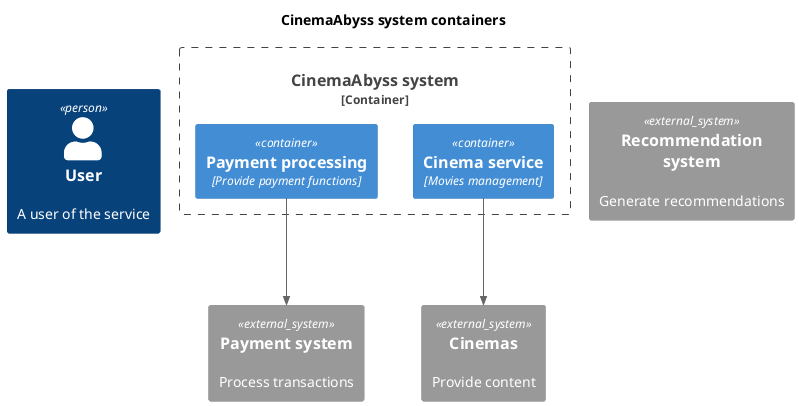
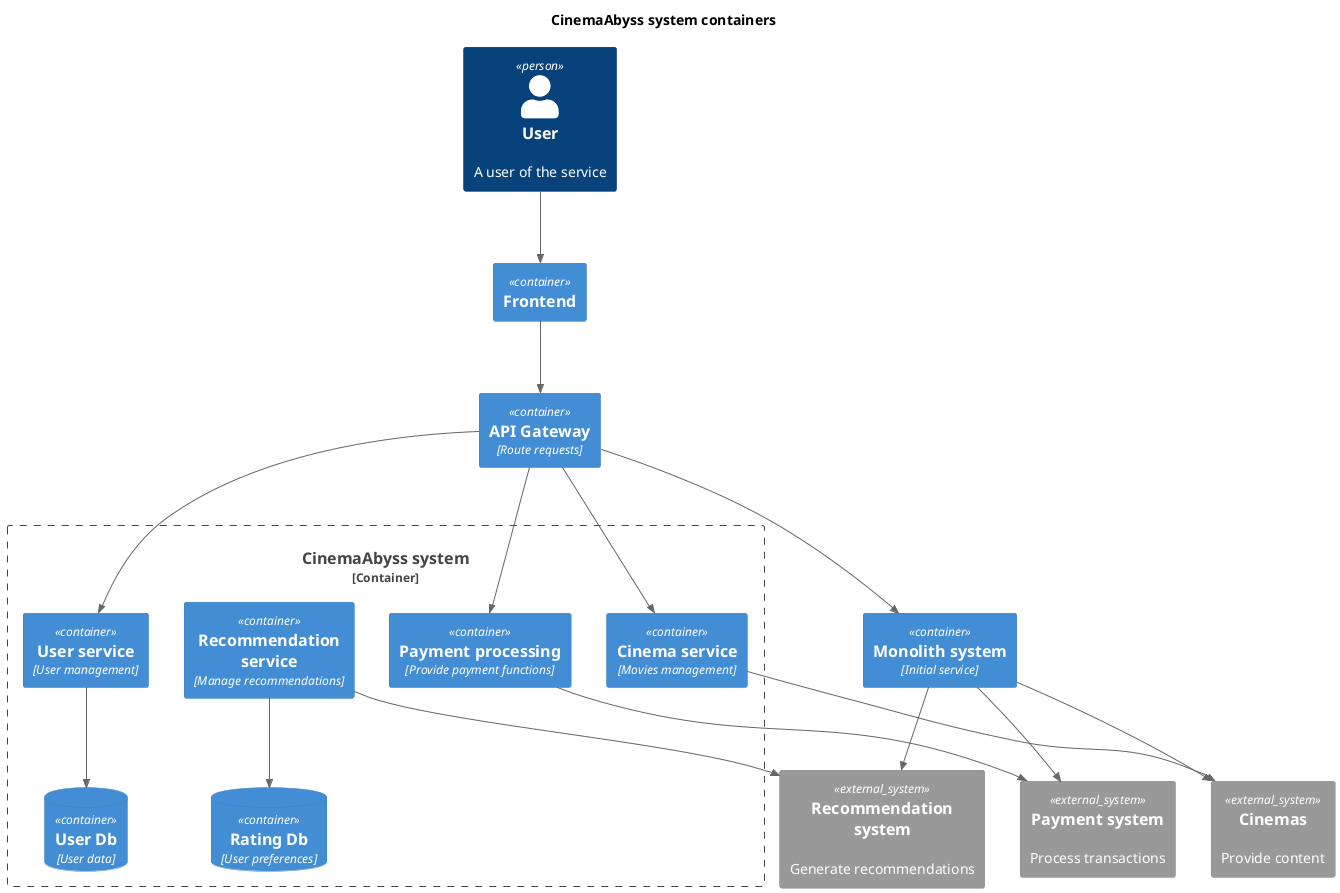
@startuml CinemaAbyss_container

title CinemaAbyss system containers

'!includeurl https://raw.githubusercontent.com/RicardoNiepel/C4-PlantUML/master/C4_Component.puml
!include <C4/C4_Component.puml>

' Users
- Person(user, "User", "A user of the service")
+ Person(User, "User", "A user of the service")
+ 
+ Container(Frontend, "Frontend", "")
+ 
+ Container(ApiGateway, "API Gateway", "Route requests")

' CinemaAbyss system
Container_Boundary(CinAbSystem, "CinemaAbyss system") {
    Container(PaymentService, "Payment processing", "Provide payment functions")
    Container(CinemaService, "Cinema service", "Movies management")
+     Container(RecommendationSystem, "Recommendation service", "Manage recommendations")
+     ContainerDb(RatingDb, "Rating Db", "User preferences")
+     Container(UserService, "User service", "User management")
+     ContainerDb(UserDb, "User Db", "User data")
+ }

- 
- 
- }
+ ' Initial system
+ Container(Monolith, "Monolith system", "Initial service")

' External systems
System_Ext(PaymentSystem, "Payment system", "Process transactions")
- System_Ext(RecommendationSystem, "Recommendation system", "Generate recommendations")
+ System_Ext(Recommendations, "Recommendation system", "Generate recommendations")
System_Ext(Cinemas, "Cinemas", "Provide content")
'System_Ext(FileService, "S3", "Store files")
+ 
+ Rel(User, Frontend, "")
+ Rel(Frontend, ApiGateway, "")
+ 
+ Rel(ApiGateway, Monolith, "")
+ Rel(ApiGateway, PaymentService, "")
+ Rel(ApiGateway, UserService, "")
+ Rel(ApiGateway, CinemaService, "")

' Relations
Rel(PaymentService, PaymentSystem, "")
Rel(CinemaService, Cinemas, "")
+ Rel(RecommendationSystem, Recommendations, "")

+ Rel(Monolith, PaymentSystem, "")
+ Rel(Monolith, Recommendations, "")
+ Rel(Monolith, Cinemas, "")
+ 
+ Rel(UserService, UserDb, "")
+ Rel(RecommendationSystem, RatingDb, "")


@enduml